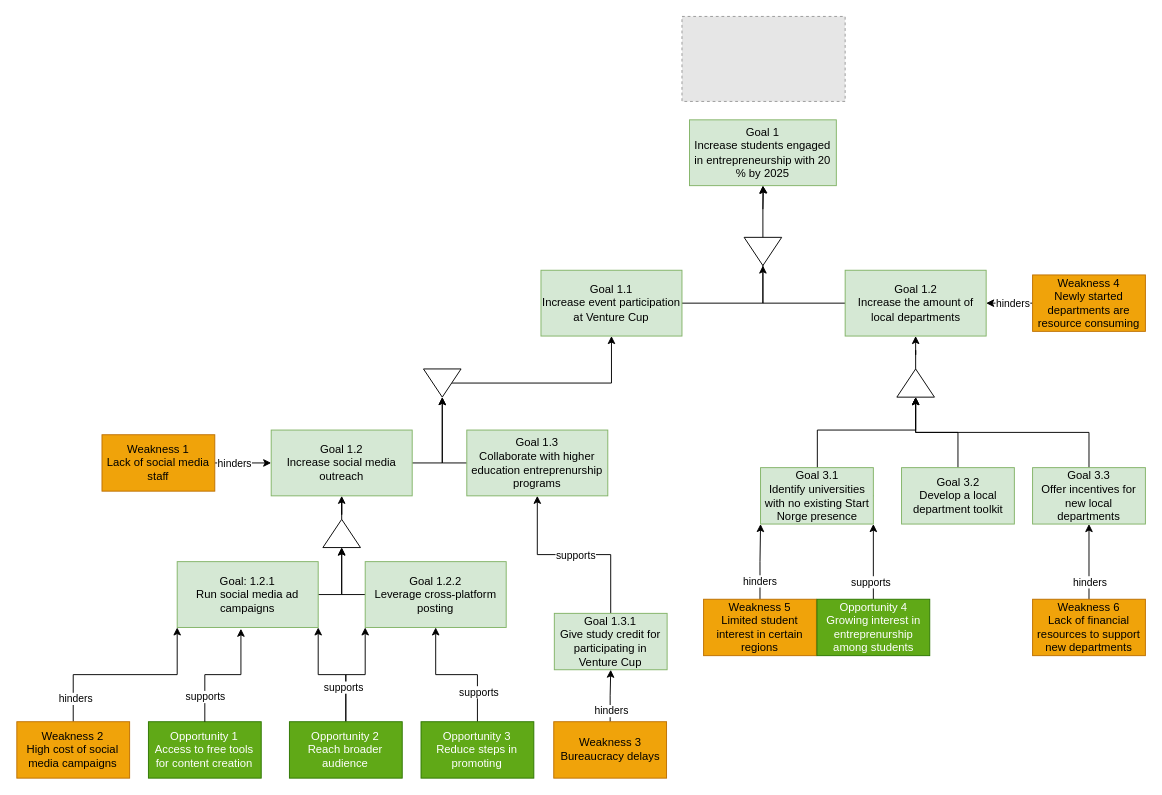
This is Start Norge.drawio from marhjoh/TDT4252-Enterprise-Architecture-for-Enterprise-Innovation, a draw.io file, before an edit. Source tidied: cells renumbered, new cells numbered last; positions are measured from the earlier drawing's top-left corner, leaving out a move shared by most shapes. Both pictures are drawn from the tidied source at 94%, with x=0, y=0 at pixel (16, 16). Pictures stored in the file or linked from it are replaced by grey dashed boxes.
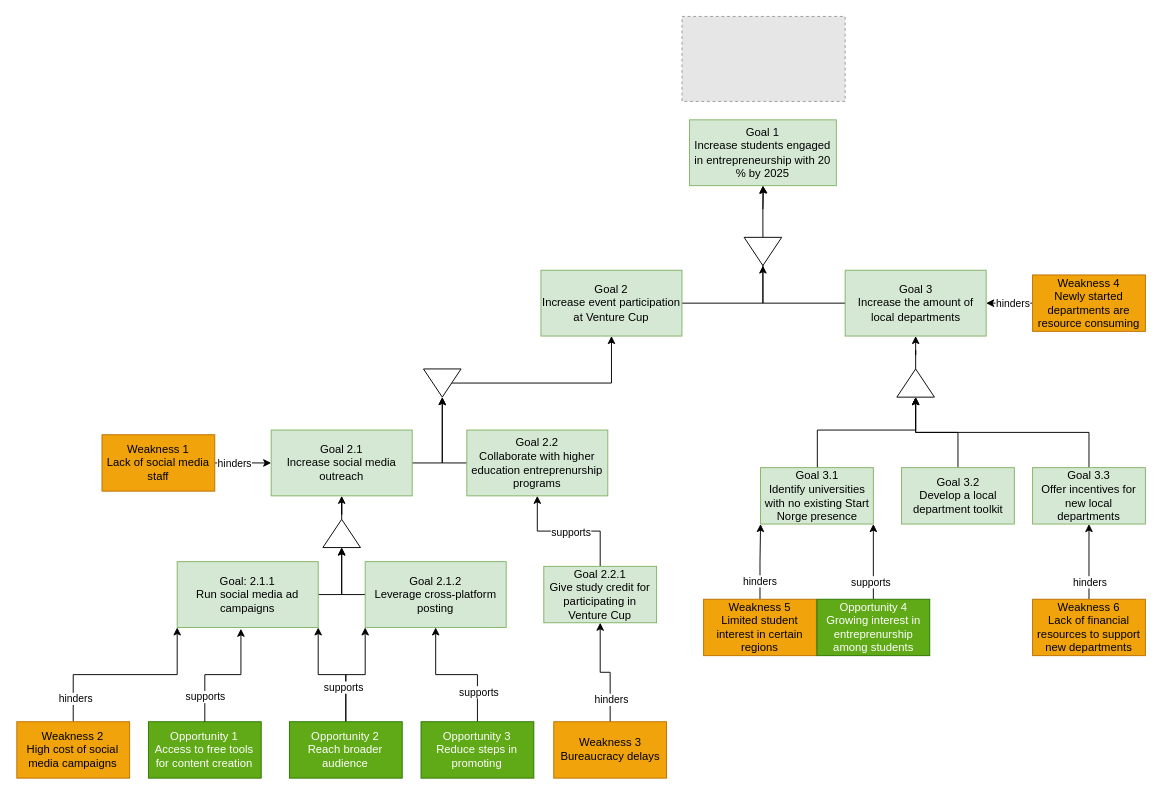
The same diagram, later.

Commit message:
fix: numbering for goals

Change to the diagram source:
```diff
@@
-    <mxCell id="4" value="Goal 1.1&lt;div&gt;Increase event participation at Venture Cup&lt;/div&gt;" style="rounded=0;whiteSpace=wrap;html=1;fillColor=#d5e8d4;strokeColor=#82b366;" parent="1" vertex="1">
+    <mxCell id="4" value="Goal 2&lt;div&gt;Increase event participation at Venture Cup&lt;/div&gt;" style="rounded=0;whiteSpace=wrap;html=1;fillColor=#d5e8d4;strokeColor=#82b366;" parent="1" vertex="1">
       <mxGeometry x="558" y="270" width="150" height="70" as="geometry" />
     </mxCell>
@@
-    <mxCell id="6" value="&lt;div&gt;Goal 1.2&lt;/div&gt;&lt;div&gt;Increase social media outreach&lt;/div&gt;" style="rounded=0;whiteSpace=wrap;html=1;fillColor=#d5e8d4;strokeColor=#82b366;" parent="1" vertex="1">
+    <mxCell id="6" value="&lt;div&gt;Goal 2.1&lt;/div&gt;&lt;div&gt;Increase social media outreach&lt;/div&gt;" style="rounded=0;whiteSpace=wrap;html=1;fillColor=#d5e8d4;strokeColor=#82b366;" parent="1" vertex="1">
       <mxGeometry x="271" y="440" width="150" height="70" as="geometry" />
     </mxCell>
@@
-    <mxCell id="8" value="Goal 1.2&lt;div&gt;Increase the amount of local departments&lt;/div&gt;" style="rounded=0;whiteSpace=wrap;html=1;fillColor=#d5e8d4;strokeColor=#82b366;" parent="1" vertex="1">
+    <mxCell id="8" value="Goal 3&lt;div&gt;Increase the amount of local departments&lt;/div&gt;" style="rounded=0;whiteSpace=wrap;html=1;fillColor=#d5e8d4;strokeColor=#82b366;" parent="1" vertex="1">
       <mxGeometry x="881.6" y="270" width="150" height="70" as="geometry" />
     </mxCell>
@@
-    <mxCell id="10" value="Goal 1.3&lt;div&gt;Collaborate with higher education entreprenurship programs&lt;/div&gt;" style="rounded=0;whiteSpace=wrap;html=1;fillColor=#d5e8d4;strokeColor=#82b366;" parent="1" vertex="1">
+    <mxCell id="10" value="Goal 2.2&lt;div&gt;Collaborate with higher education entreprenurship programs&lt;/div&gt;" style="rounded=0;whiteSpace=wrap;html=1;fillColor=#d5e8d4;strokeColor=#82b366;" parent="1" vertex="1">
       <mxGeometry x="479.1" y="440" width="150" height="70" as="geometry" />
     </mxCell>
@@
-    <mxCell id="12" value="Goal 1.2.2&lt;div&gt;Leverage cross-platform posting&lt;/div&gt;" style="rounded=0;whiteSpace=wrap;html=1;fillColor=#d5e8d4;strokeColor=#82b366;" parent="1" vertex="1">
+    <mxCell id="12" value="Goal 2.1.2&lt;div&gt;Leverage cross-platform posting&lt;/div&gt;" style="rounded=0;whiteSpace=wrap;html=1;fillColor=#d5e8d4;strokeColor=#82b366;" parent="1" vertex="1">
       <mxGeometry x="371" y="580" width="150" height="70" as="geometry" />
     </mxCell>
@@
-    <mxCell id="14" value="Goal: 1.2.1&lt;div&gt;Run social media ad campaigns&lt;/div&gt;" style="rounded=0;whiteSpace=wrap;html=1;fillColor=#d5e8d4;strokeColor=#82b366;" parent="1" vertex="1">
+    <mxCell id="14" value="Goal: 2.1.1&lt;div&gt;Run social media ad campaigns&lt;/div&gt;" style="rounded=0;whiteSpace=wrap;html=1;fillColor=#d5e8d4;strokeColor=#82b366;" parent="1" vertex="1">
       <mxGeometry x="171" y="580" width="150" height="70" as="geometry" />
     </mxCell>
@@
-    <mxCell id="48" value="Goal 1.3.1&lt;div&gt;Give study credit for participating in Venture Cup&lt;/div&gt;" style="rounded=0;whiteSpace=wrap;html=1;fillColor=#d5e8d4;strokeColor=#82b366;" parent="1" vertex="1">
-      <mxGeometry x="572.2" y="635" width="120" height="60" as="geometry" />
+    <mxCell id="48" value="Goal 2.2.1&lt;div&gt;Give study credit for participating in Venture Cup&lt;/div&gt;" style="rounded=0;whiteSpace=wrap;html=1;fillColor=#d5e8d4;strokeColor=#82b366;" parent="1" vertex="1">
+      <mxGeometry x="561" y="585" width="120" height="60" as="geometry" />
     </mxCell>
```
